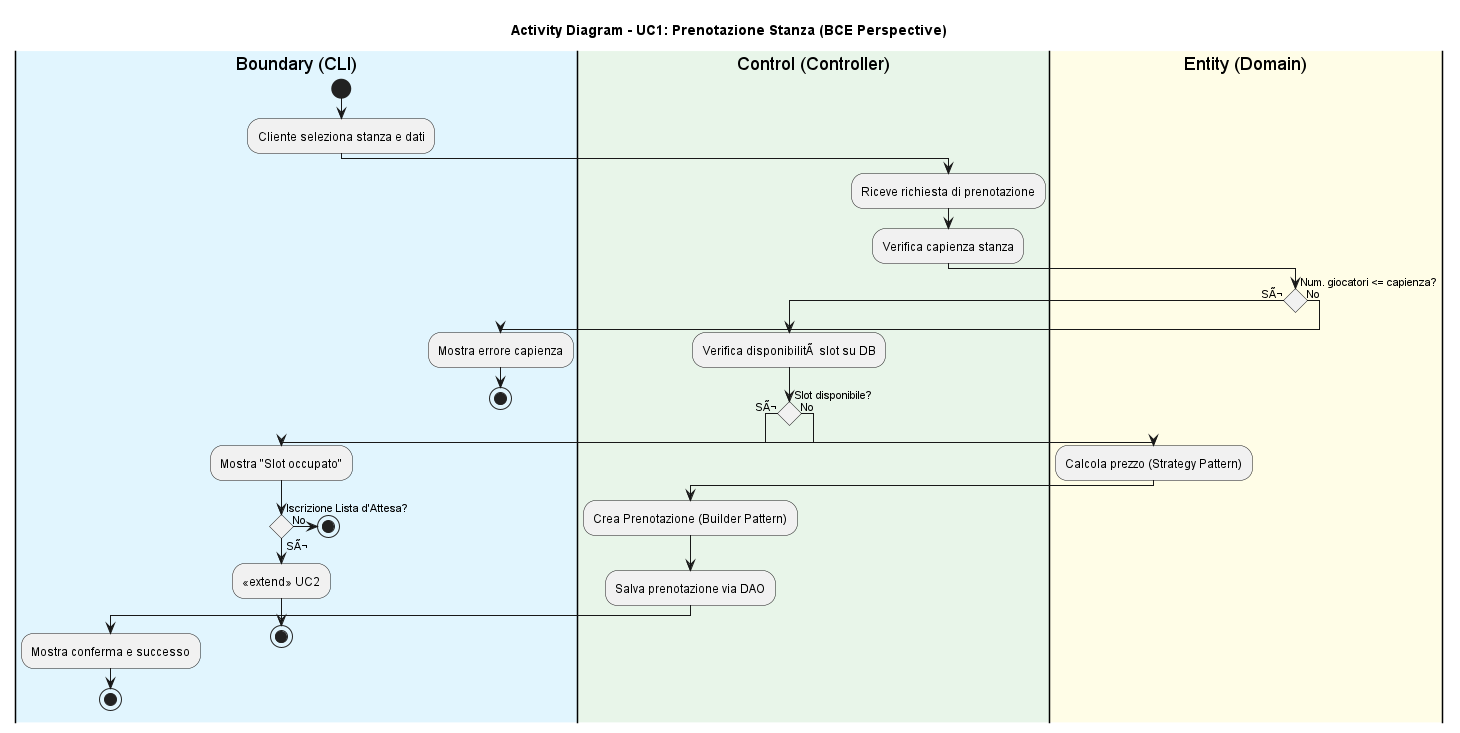
The PlantUML diagram LaTeX/images/activity_prenotazione.png in Adrycasta04/EscapeManager, before a commit.
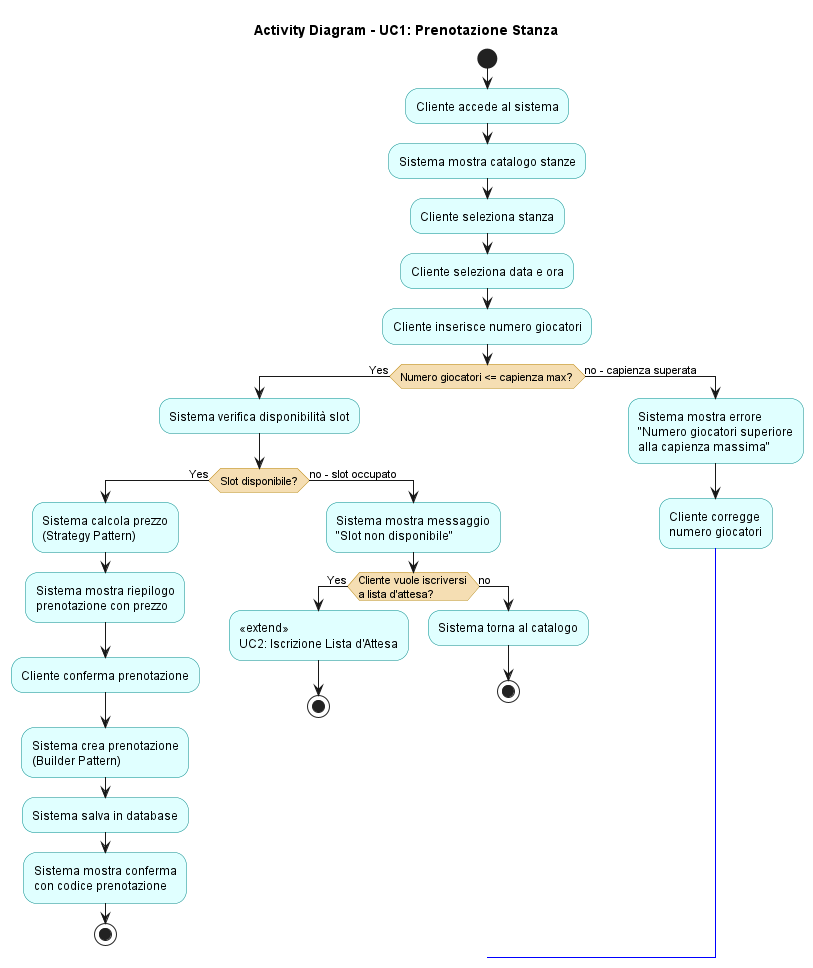
After the change.

Diff of the diagram source:
```diff
@@ -1,52 +1,71 @@
 @startuml activity_prenotazione
-skinparam theme plain
-skinparam conditionStyle diamond
-skinparam linetype ortho
+skinparam activityBackgroundColor LightCyan
+skinparam activityBorderColor DarkCyan
+skinparam activityDiamondBackgroundColor Wheat
+skinparam activityDiamondBorderColor DarkGoldenRod
 
-title Activity Diagram - UC1: Prenotazione Stanza (BCE Perspective)
+title Activity Diagram - UC1: Prenotazione Stanza
 
-|#E1F5FE|Boundary (CLI)|
-|#E8F5E9|Control (Controller)|
-|#FFFDE7|Entity (Domain)|
+start
 
-|Boundary (CLI)|
-start
-:Cliente seleziona stanza e dati;
+:Cliente accede al sistema;
 
-|Control (Controller)|
-:Riceve richiesta di prenotazione;
-:Verifica capienza stanza;
+:Sistema mostra catalogo stanze;
 
-|Entity (Domain)|
-if (Num. giocatori <= capienza?) then (SÃ¬)
-  |Control (Controller)|
-  :Verifica disponibilitÃ  slot su DB;
+:Cliente seleziona stanza;
 
-  if (Slot disponibile?) then (SÃ¬)
-    |Entity (Domain)|
-    :Calcola prezzo (Strategy Pattern);
+:Cliente seleziona data e ora;
 
-|Control (Controller)|
-    :Crea Prenotazione (Builder Pattern);
-    :Salva prenotazione via DAO;
+:Cliente inserisce numero giocatori;
 
-|Boundary (CLI)|
-    :Mostra conferma e successo;
+if (Numero giocatori <= capienza max?) then (Yes)
+
+  :Sistema verifica disponibilità slot;
+
+  if (Slot disponibile?) then (Yes)
+
+    :Sistema calcola prezzo\n(Strategy Pattern);
+
+    :Sistema mostra riepilogo\nprenotazione con prezzo;
+
+    :Cliente conferma prenotazione;
+
+    :Sistema crea prenotazione\n(Builder Pattern);
+
+    :Sistema salva in database;
+
+    :Sistema mostra conferma\ncon codice prenotazione;
+
     stop
-  else (No)
-    |Boundary (CLI)|
-    :Mostra "Slot occupato";
-    if (Iscrizione Lista d'Attesa?) then (SÃ¬)
-      :<<extend>> UC2;
+
+  else (no - slot occupato)
+
+    :Sistema mostra messaggio\n"Slot non disponibile";
+
+    if (Cliente vuole iscriversi\na lista d'attesa?) then (Yes)
+
+      :<<extend>>\nUC2: Iscrizione Lista d'Attesa;
+
       stop
-    else (No)
+
+    else (no)
+
+      :Sistema torna al catalogo;
+
       stop
+
     endif
+
   endif
-else (No)
-  |Boundary (CLI)|
-  :Mostra errore capienza;
-  stop
+
+else (no - capienza superata)
+
+  :Sistema mostra errore\n"Numero giocatori superiore\nalla capienza massima";
+
+  :Cliente corregge\nnumero giocatori;
+
+  -[#blue]-> :Cliente inserisce numero giocatori;
+
 endif
 
 @enduml
```
